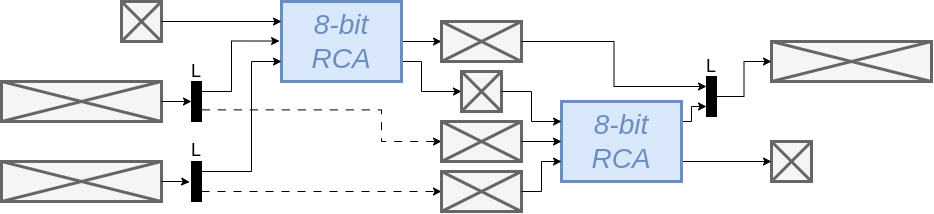
Earlier version of the draw.io export static/images/800/pipelined.png (KULeuven-Diepenbeek/course_disch). Source tidied: cells renumbered, new cells last; positions are measured from the earlier drawing's top-left corner, leaving out a move shared by most shapes. The source it was exported from:
```xml
<mxGraphModel>
  <root>
    <mxCell id="0" />
    <mxCell id="1" parent="0" />
    <mxCell id="2" style="group;" parent="1" vertex="1">
      <mxGeometry x="120" width="40" height="40" as="geometry" />
    </mxCell>
    <mxCell id="3" style="rounded=0;whiteSpace=wrap;html=1;fillColor=#f5f5f5;fontColor=#333333;strokeColor=#666666;strokeWidth=3;" parent="2" vertex="1">
      <mxGeometry width="40" height="40" as="geometry" />
    </mxCell>
    <mxCell id="4" style="endArrow=none;html=1;rounded=0;fillColor=#f5f5f5;strokeColor=#666666;strokeWidth=3;exitX=0;exitY=1;exitDx=0;exitDy=0;entryX=1;entryY=0;entryDx=0;entryDy=0;" parent="2" edge="1" source="3" target="3">
      <mxGeometry relative="1" as="geometry" />
    </mxCell>
    <mxCell id="5" style="endArrow=none;html=1;rounded=0;fillColor=#f5f5f5;strokeColor=#666666;strokeWidth=3;exitX=0;exitY=0;exitDx=0;exitDy=0;entryX=1;entryY=1;entryDx=0;entryDy=0;" parent="2" edge="1" source="3" target="3">
      <mxGeometry relative="1" as="geometry" />
    </mxCell>
    <mxCell id="6" style="group;" parent="1" vertex="1">
      <mxGeometry x="770" y="140" width="40" height="40" as="geometry" />
    </mxCell>
    <mxCell id="7" style="rounded=0;whiteSpace=wrap;html=1;fillColor=#f5f5f5;fontColor=#333333;strokeColor=#666666;strokeWidth=3;" parent="6" vertex="1">
      <mxGeometry width="40" height="40" as="geometry" />
    </mxCell>
    <mxCell id="8" style="endArrow=none;html=1;rounded=0;fillColor=#f5f5f5;strokeColor=#666666;strokeWidth=3;exitX=0;exitY=1;exitDx=0;exitDy=0;entryX=1;entryY=0;entryDx=0;entryDy=0;" parent="6" edge="1" source="7" target="7">
      <mxGeometry relative="1" as="geometry" />
    </mxCell>
    <mxCell id="9" style="endArrow=none;html=1;rounded=0;fillColor=#f5f5f5;strokeColor=#666666;strokeWidth=3;exitX=0;exitY=0;exitDx=0;exitDy=0;entryX=1;entryY=1;entryDx=0;entryDy=0;" parent="6" edge="1" source="7" target="7">
      <mxGeometry relative="1" as="geometry" />
    </mxCell>
    <mxCell id="10" style="group;" parent="1" vertex="1">
      <mxGeometry y="80" width="160" height="40" as="geometry" />
    </mxCell>
    <mxCell id="11" style="rounded=0;whiteSpace=wrap;html=1;fillColor=#f5f5f5;fontColor=#333333;strokeColor=#666666;strokeWidth=3;" parent="10" vertex="1">
      <mxGeometry width="160" height="40" as="geometry" />
    </mxCell>
    <mxCell id="12" style="endArrow=none;html=1;rounded=0;fillColor=#f5f5f5;strokeColor=#666666;strokeWidth=3;exitX=0;exitY=1;exitDx=0;exitDy=0;entryX=1;entryY=0;entryDx=0;entryDy=0;" parent="10" edge="1" source="11" target="11">
      <mxGeometry relative="1" as="geometry" />
    </mxCell>
    <mxCell id="13" style="endArrow=none;html=1;rounded=0;fillColor=#f5f5f5;strokeColor=#666666;strokeWidth=3;exitX=0;exitY=0;exitDx=0;exitDy=0;entryX=1;entryY=1;entryDx=0;entryDy=0;" parent="10" edge="1" source="11" target="11">
      <mxGeometry relative="1" as="geometry" />
    </mxCell>
    <mxCell id="14" style="group;" parent="1" vertex="1">
      <mxGeometry y="160" width="160" height="40" as="geometry" />
    </mxCell>
    <mxCell id="15" style="rounded=0;whiteSpace=wrap;html=1;fillColor=#f5f5f5;fontColor=#333333;strokeColor=#666666;strokeWidth=3;" parent="14" vertex="1">
      <mxGeometry width="160" height="40" as="geometry" />
    </mxCell>
    <mxCell id="16" style="endArrow=none;html=1;rounded=0;fillColor=#f5f5f5;strokeColor=#666666;strokeWidth=3;exitX=0;exitY=1;exitDx=0;exitDy=0;entryX=1;entryY=0;entryDx=0;entryDy=0;" parent="14" edge="1" source="15" target="15">
      <mxGeometry relative="1" as="geometry" />
    </mxCell>
    <mxCell id="17" style="endArrow=none;html=1;rounded=0;fillColor=#f5f5f5;strokeColor=#666666;strokeWidth=3;exitX=0;exitY=0;exitDx=0;exitDy=0;entryX=1;entryY=1;entryDx=0;entryDy=0;" parent="14" edge="1" source="15" target="15">
      <mxGeometry relative="1" as="geometry" />
    </mxCell>
    <mxCell id="18" style="group;" parent="1" vertex="1">
      <mxGeometry x="770" y="40" width="160" height="40" as="geometry" />
    </mxCell>
    <mxCell id="19" style="rounded=0;whiteSpace=wrap;html=1;fillColor=#f5f5f5;fontColor=#333333;strokeColor=#666666;strokeWidth=3;" parent="18" vertex="1">
      <mxGeometry width="160" height="40" as="geometry" />
    </mxCell>
    <mxCell id="20" style="endArrow=none;html=1;rounded=0;fillColor=#f5f5f5;strokeColor=#666666;strokeWidth=3;exitX=0;exitY=1;exitDx=0;exitDy=0;entryX=1;entryY=0;entryDx=0;entryDy=0;" parent="18" edge="1" source="19" target="19">
      <mxGeometry relative="1" as="geometry" />
    </mxCell>
    <mxCell id="21" style="endArrow=none;html=1;rounded=0;fillColor=#f5f5f5;strokeColor=#666666;strokeWidth=3;exitX=0;exitY=0;exitDx=0;exitDy=0;entryX=1;entryY=1;entryDx=0;entryDy=0;" parent="18" edge="1" source="19" target="19">
      <mxGeometry relative="1" as="geometry" />
    </mxCell>
    <mxCell id="22" style="edgeStyle=orthogonalEdgeStyle;rounded=0;jettySize=auto;html=1;entryX=0;entryY=0.5;entryDx=0;entryDy=0;exitX=1;exitY=0.75;exitDx=0;exitDy=0;" parent="1" edge="1" source="24" target="43">
      <mxGeometry relative="1" as="geometry">
        <Array as="points">
          <mxPoint x="420" y="60" />
          <mxPoint x="420" y="90" />
        </Array>
      </mxGeometry>
    </mxCell>
    <mxCell id="23" style="edgeStyle=orthogonalEdgeStyle;rounded=0;jettySize=auto;html=1;entryX=0;entryY=0.5;entryDx=0;entryDy=0;" parent="1" edge="1" source="24" target="55">
      <mxGeometry relative="1" as="geometry" />
    </mxCell>
    <mxCell id="24" value="&lt;div style=&quot;font-size: 28px;&quot;&gt;&lt;font color=&quot;#6c8ebf&quot; style=&quot;font-size: 28px;&quot;&gt;8-bit&lt;/font&gt;&lt;/div&gt;&lt;div style=&quot;font-size: 28px;&quot;&gt;&lt;font style=&quot;font-size: 28px;&quot;&gt;&lt;font color=&quot;#6c8ebf&quot; style=&quot;font-size: 28px;&quot;&gt;RCA&lt;/font&gt;&lt;/font&gt;&lt;font style=&quot;font-size: 28px;&quot; color=&quot;#82b366&quot;&gt;&lt;br&gt;&lt;/font&gt;&lt;/div&gt;" style="rounded=0;whiteSpace=wrap;html=1;fillColor=#dae8fc;strokeColor=#6c8ebf;strokeWidth=3;fontStyle=2;" parent="1" vertex="1">
      <mxGeometry x="280" width="120" height="80" as="geometry" />
    </mxCell>
    <mxCell id="25" style="edgeStyle=orthogonalEdgeStyle;rounded=0;jettySize=auto;html=1;entryX=0;entryY=0.5;entryDx=0;entryDy=0;exitX=1;exitY=0.75;exitDx=0;exitDy=0;" parent="1" edge="1" source="27" target="7">
      <mxGeometry relative="1" as="geometry" />
    </mxCell>
    <mxCell id="26" style="edgeStyle=orthogonalEdgeStyle;rounded=0;jettySize=auto;html=1;entryX=0;entryY=0.75;entryDx=0;entryDy=0;exitX=1;exitY=0.25;exitDx=0;exitDy=0;" parent="1" edge="1" source="27" target="40">
      <mxGeometry relative="1" as="geometry">
        <Array as="points">
          <mxPoint x="690" y="120" />
          <mxPoint x="690" y="105" />
        </Array>
      </mxGeometry>
    </mxCell>
    <mxCell id="27" value="&lt;div style=&quot;font-size: 28px;&quot;&gt;&lt;font color=&quot;#6c8ebf&quot; style=&quot;font-size: 28px;&quot;&gt;8-bit&lt;/font&gt;&lt;/div&gt;&lt;div style=&quot;font-size: 28px;&quot;&gt;&lt;font style=&quot;font-size: 28px;&quot;&gt;&lt;font color=&quot;#6c8ebf&quot; style=&quot;font-size: 28px;&quot;&gt;RCA&lt;/font&gt;&lt;/font&gt;&lt;font style=&quot;font-size: 28px;&quot; color=&quot;#82b366&quot;&gt;&lt;br&gt;&lt;/font&gt;&lt;/div&gt;" style="rounded=0;whiteSpace=wrap;html=1;fillColor=#dae8fc;strokeColor=#6c8ebf;strokeWidth=3;fontStyle=2;" parent="1" vertex="1">
      <mxGeometry x="560" y="100" width="120" height="80" as="geometry" />
    </mxCell>
    <mxCell id="28" style="edgeStyle=orthogonalEdgeStyle;rounded=0;jettySize=auto;html=1;entryX=0;entryY=0.75;entryDx=0;entryDy=0;exitX=1;exitY=0.25;exitDx=0;exitDy=0;" parent="1" edge="1" source="29" target="24">
      <mxGeometry relative="1" as="geometry">
        <Array as="points">
          <mxPoint x="250" y="170" />
          <mxPoint x="250" y="60" />
        </Array>
      </mxGeometry>
    </mxCell>
    <mxCell id="29" style="rounded=0;whiteSpace=wrap;html=1;fillColor=#000000;" parent="1" vertex="1">
      <mxGeometry x="190" y="160" width="10" height="40" as="geometry" />
    </mxCell>
    <mxCell id="30" style="edgeStyle=orthogonalEdgeStyle;rounded=0;jettySize=auto;html=1;entryX=0;entryY=0.5;entryDx=0;entryDy=0;dashed=1;dashPattern=8 8;exitX=1.034;exitY=0.709;exitDx=0;exitDy=0;exitPerimeter=0;" parent="1" edge="1" source="31" target="47">
      <mxGeometry relative="1" as="geometry">
        <Array as="points">
          <mxPoint x="380" y="108" />
          <mxPoint x="380" y="140" />
        </Array>
      </mxGeometry>
    </mxCell>
    <mxCell id="31" style="rounded=0;whiteSpace=wrap;html=1;fillColor=#000000;" parent="1" vertex="1">
      <mxGeometry x="190" y="80" width="10" height="40" as="geometry" />
    </mxCell>
    <mxCell id="32" style="edgeStyle=orthogonalEdgeStyle;rounded=0;jettySize=auto;html=1;entryX=0;entryY=0.5;entryDx=0;entryDy=0;" parent="1" edge="1" source="11" target="31">
      <mxGeometry relative="1" as="geometry" />
    </mxCell>
    <mxCell id="33" style="edgeStyle=orthogonalEdgeStyle;rounded=0;jettySize=auto;html=1;entryX=-0.189;entryY=0.517;entryDx=0;entryDy=0;entryPerimeter=0;" parent="1" edge="1" source="15" target="29">
      <mxGeometry relative="1" as="geometry" />
    </mxCell>
    <mxCell id="34" style="edgeStyle=orthogonalEdgeStyle;rounded=0;jettySize=auto;html=1;entryX=-0.016;entryY=0.494;entryDx=0;entryDy=0;entryPerimeter=0;exitX=1;exitY=0.25;exitDx=0;exitDy=0;" parent="1" edge="1" source="31" target="24">
      <mxGeometry relative="1" as="geometry">
        <Array as="points">
          <mxPoint x="230" y="90" />
          <mxPoint x="230" y="40" />
        </Array>
      </mxGeometry>
    </mxCell>
    <mxCell id="35" style="edgeStyle=orthogonalEdgeStyle;rounded=0;jettySize=auto;html=1;entryX=0;entryY=0.25;entryDx=0;entryDy=0;" parent="1" edge="1" source="3" target="24">
      <mxGeometry relative="1" as="geometry" />
    </mxCell>
    <mxCell id="36" style="edgeStyle=orthogonalEdgeStyle;rounded=0;jettySize=auto;html=1;entryX=0;entryY=0.5;entryDx=0;entryDy=0;dashed=1;dashPattern=8 8;exitX=1;exitY=0.75;exitDx=0;exitDy=0;" parent="1" edge="1" source="29" target="51">
      <mxGeometry relative="1" as="geometry" />
    </mxCell>
    <mxCell id="37" value="&lt;font style=&quot;font-size: 18px;&quot;&gt;L&lt;/font&gt;" style="text;html=1;align=center;verticalAlign=middle;whiteSpace=wrap;rounded=0;" parent="1" vertex="1">
      <mxGeometry x="185" y="55" width="20" height="30" as="geometry" />
    </mxCell>
    <mxCell id="38" value="&lt;font style=&quot;font-size: 18px;&quot;&gt;L&lt;/font&gt;" style="text;html=1;align=center;verticalAlign=middle;whiteSpace=wrap;rounded=0;" parent="1" vertex="1">
      <mxGeometry x="185" y="134" width="20" height="30" as="geometry" />
    </mxCell>
    <mxCell id="39" style="edgeStyle=orthogonalEdgeStyle;rounded=0;jettySize=auto;html=1;entryX=0;entryY=0.5;entryDx=0;entryDy=0;" parent="1" edge="1" source="40" target="19">
      <mxGeometry relative="1" as="geometry" />
    </mxCell>
    <mxCell id="40" style="rounded=0;whiteSpace=wrap;html=1;fillColor=#000000;" parent="1" vertex="1">
      <mxGeometry x="705" y="75" width="10" height="40" as="geometry" />
    </mxCell>
    <mxCell id="41" value="&lt;font style=&quot;font-size: 18px;&quot;&gt;L&lt;/font&gt;" style="text;html=1;align=center;verticalAlign=middle;whiteSpace=wrap;rounded=0;" parent="1" vertex="1">
      <mxGeometry x="700" y="50" width="20" height="30" as="geometry" />
    </mxCell>
    <mxCell id="42" style="group;" parent="1" vertex="1">
      <mxGeometry x="460" y="70" width="40" height="40" as="geometry" />
    </mxCell>
    <mxCell id="43" style="rounded=0;whiteSpace=wrap;html=1;fillColor=#f5f5f5;fontColor=#333333;strokeColor=#666666;strokeWidth=3;" parent="42" vertex="1">
      <mxGeometry width="40" height="40" as="geometry" />
    </mxCell>
    <mxCell id="44" style="endArrow=none;html=1;rounded=0;fillColor=#f5f5f5;strokeColor=#666666;strokeWidth=3;exitX=0;exitY=1;exitDx=0;exitDy=0;entryX=1;entryY=0;entryDx=0;entryDy=0;" parent="42" edge="1" source="43" target="43">
      <mxGeometry relative="1" as="geometry" />
    </mxCell>
    <mxCell id="45" style="endArrow=none;html=1;rounded=0;fillColor=#f5f5f5;strokeColor=#666666;strokeWidth=3;exitX=0;exitY=0;exitDx=0;exitDy=0;entryX=1;entryY=1;entryDx=0;entryDy=0;" parent="42" edge="1" source="43" target="43">
      <mxGeometry relative="1" as="geometry" />
    </mxCell>
    <mxCell id="46" style="group;" parent="1" vertex="1">
      <mxGeometry x="440" y="120" width="80" height="40" as="geometry" />
    </mxCell>
    <mxCell id="47" style="rounded=0;whiteSpace=wrap;html=1;fillColor=#f5f5f5;fontColor=#333333;strokeColor=#666666;strokeWidth=3;" parent="46" vertex="1">
      <mxGeometry width="80" height="40" as="geometry" />
    </mxCell>
    <mxCell id="48" style="endArrow=none;html=1;rounded=0;fillColor=#f5f5f5;strokeColor=#666666;strokeWidth=3;exitX=0;exitY=1;exitDx=0;exitDy=0;entryX=1;entryY=0;entryDx=0;entryDy=0;" parent="46" edge="1" source="47" target="47">
      <mxGeometry relative="1" as="geometry" />
    </mxCell>
    <mxCell id="49" style="endArrow=none;html=1;rounded=0;fillColor=#f5f5f5;strokeColor=#666666;strokeWidth=3;exitX=0;exitY=0;exitDx=0;exitDy=0;entryX=1;entryY=1;entryDx=0;entryDy=0;" parent="46" edge="1" source="47" target="47">
      <mxGeometry relative="1" as="geometry" />
    </mxCell>
    <mxCell id="50" style="group;" parent="1" vertex="1">
      <mxGeometry x="440" y="170" width="80" height="40" as="geometry" />
    </mxCell>
    <mxCell id="51" style="rounded=0;whiteSpace=wrap;html=1;fillColor=#f5f5f5;fontColor=#333333;strokeColor=#666666;strokeWidth=3;" parent="50" vertex="1">
      <mxGeometry width="80" height="40" as="geometry" />
    </mxCell>
    <mxCell id="52" style="endArrow=none;html=1;rounded=0;fillColor=#f5f5f5;strokeColor=#666666;strokeWidth=3;exitX=0;exitY=1;exitDx=0;exitDy=0;entryX=1;entryY=0;entryDx=0;entryDy=0;" parent="50" edge="1" source="51" target="51">
      <mxGeometry relative="1" as="geometry" />
    </mxCell>
    <mxCell id="53" style="endArrow=none;html=1;rounded=0;fillColor=#f5f5f5;strokeColor=#666666;strokeWidth=3;exitX=0;exitY=0;exitDx=0;exitDy=0;entryX=1;entryY=1;entryDx=0;entryDy=0;" parent="50" edge="1" source="51" target="51">
      <mxGeometry relative="1" as="geometry" />
    </mxCell>
    <mxCell id="54" style="group;" parent="1" vertex="1">
      <mxGeometry x="440" y="20" width="80" height="40" as="geometry" />
    </mxCell>
    <mxCell id="55" style="rounded=0;whiteSpace=wrap;html=1;fillColor=#f5f5f5;fontColor=#333333;strokeColor=#666666;strokeWidth=3;" parent="54" vertex="1">
      <mxGeometry width="80" height="40" as="geometry" />
    </mxCell>
    <mxCell id="56" style="endArrow=none;html=1;rounded=0;fillColor=#f5f5f5;strokeColor=#666666;strokeWidth=3;exitX=0;exitY=1;exitDx=0;exitDy=0;entryX=1;entryY=0;entryDx=0;entryDy=0;" parent="54" edge="1" source="55" target="55">
      <mxGeometry relative="1" as="geometry" />
    </mxCell>
    <mxCell id="57" style="endArrow=none;html=1;rounded=0;fillColor=#f5f5f5;strokeColor=#666666;strokeWidth=3;exitX=0;exitY=0;exitDx=0;exitDy=0;entryX=1;entryY=1;entryDx=0;entryDy=0;" parent="54" edge="1" source="55" target="55">
      <mxGeometry relative="1" as="geometry" />
    </mxCell>
    <mxCell id="58" style="edgeStyle=orthogonalEdgeStyle;rounded=0;jettySize=auto;html=1;entryX=0;entryY=0.25;entryDx=0;entryDy=0;" parent="1" edge="1" source="55" target="40">
      <mxGeometry relative="1" as="geometry" />
    </mxCell>
    <mxCell id="59" style="edgeStyle=orthogonalEdgeStyle;rounded=0;jettySize=auto;html=1;entryX=0;entryY=0.25;entryDx=0;entryDy=0;" parent="1" edge="1" source="43" target="27">
      <mxGeometry relative="1" as="geometry" />
    </mxCell>
    <mxCell id="60" style="edgeStyle=orthogonalEdgeStyle;rounded=0;jettySize=auto;html=1;entryX=0;entryY=0.5;entryDx=0;entryDy=0;" parent="1" edge="1" source="47" target="27">
      <mxGeometry relative="1" as="geometry" />
    </mxCell>
    <mxCell id="61" style="edgeStyle=orthogonalEdgeStyle;rounded=0;jettySize=auto;html=1;entryX=0;entryY=0.75;entryDx=0;entryDy=0;" parent="1" edge="1" source="51" target="27">
      <mxGeometry relative="1" as="geometry" />
    </mxCell>
  </root>
</mxGraphModel>
```
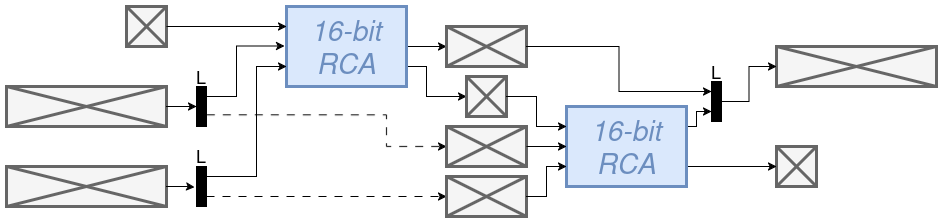
After the commit.

The edit, as a diff of the source:
```diff
@@ -73,7 +73,7 @@
     <mxCell id="23" style="edgeStyle=orthogonalEdgeStyle;rounded=0;jettySize=auto;html=1;entryX=0;entryY=0.5;entryDx=0;entryDy=0;" parent="1" edge="1" source="24" target="55">
       <mxGeometry relative="1" as="geometry" />
     </mxCell>
-    <mxCell id="24" value="&lt;div style=&quot;font-size: 28px;&quot;&gt;&lt;font color=&quot;#6c8ebf&quot; style=&quot;font-size: 28px;&quot;&gt;8-bit&lt;/font&gt;&lt;/div&gt;&lt;div style=&quot;font-size: 28px;&quot;&gt;&lt;font style=&quot;font-size: 28px;&quot;&gt;&lt;font color=&quot;#6c8ebf&quot; style=&quot;font-size: 28px;&quot;&gt;RCA&lt;/font&gt;&lt;/font&gt;&lt;font style=&quot;font-size: 28px;&quot; color=&quot;#82b366&quot;&gt;&lt;br&gt;&lt;/font&gt;&lt;/div&gt;" style="rounded=0;whiteSpace=wrap;html=1;fillColor=#dae8fc;strokeColor=#6c8ebf;strokeWidth=3;fontStyle=2;" parent="1" vertex="1">
+    <mxCell id="24" value="&lt;div style=&quot;font-size: 28px;&quot;&gt;&lt;font color=&quot;#6c8ebf&quot; style=&quot;font-size: 28px;&quot;&gt;16-bit&lt;/font&gt;&lt;/div&gt;&lt;div style=&quot;font-size: 28px;&quot;&gt;&lt;font style=&quot;font-size: 28px;&quot;&gt;&lt;font color=&quot;#6c8ebf&quot; style=&quot;font-size: 28px;&quot;&gt;RCA&lt;/font&gt;&lt;/font&gt;&lt;font style=&quot;font-size: 28px;&quot; color=&quot;#82b366&quot;&gt;&lt;br&gt;&lt;/font&gt;&lt;/div&gt;" style="rounded=0;whiteSpace=wrap;html=1;fillColor=#dae8fc;strokeColor=#6c8ebf;strokeWidth=3;fontStyle=2;" parent="1" vertex="1">
       <mxGeometry x="280" width="120" height="80" as="geometry" />
     </mxCell>
     <mxCell id="25" style="edgeStyle=orthogonalEdgeStyle;rounded=0;jettySize=auto;html=1;entryX=0;entryY=0.5;entryDx=0;entryDy=0;exitX=1;exitY=0.75;exitDx=0;exitDy=0;" parent="1" edge="1" source="27" target="7">
@@ -87,7 +87,7 @@
         </Array>
       </mxGeometry>
     </mxCell>
-    <mxCell id="27" value="&lt;div style=&quot;font-size: 28px;&quot;&gt;&lt;font color=&quot;#6c8ebf&quot; style=&quot;font-size: 28px;&quot;&gt;8-bit&lt;/font&gt;&lt;/div&gt;&lt;div style=&quot;font-size: 28px;&quot;&gt;&lt;font style=&quot;font-size: 28px;&quot;&gt;&lt;font color=&quot;#6c8ebf&quot; style=&quot;font-size: 28px;&quot;&gt;RCA&lt;/font&gt;&lt;/font&gt;&lt;font style=&quot;font-size: 28px;&quot; color=&quot;#82b366&quot;&gt;&lt;br&gt;&lt;/font&gt;&lt;/div&gt;" style="rounded=0;whiteSpace=wrap;html=1;fillColor=#dae8fc;strokeColor=#6c8ebf;strokeWidth=3;fontStyle=2;" parent="1" vertex="1">
+    <mxCell id="27" value="&lt;div style=&quot;font-size: 28px;&quot;&gt;&lt;font color=&quot;#6c8ebf&quot; style=&quot;font-size: 28px;&quot;&gt;16-bit&lt;/font&gt;&lt;/div&gt;&lt;div style=&quot;font-size: 28px;&quot;&gt;&lt;font style=&quot;font-size: 28px;&quot;&gt;&lt;font color=&quot;#6c8ebf&quot; style=&quot;font-size: 28px;&quot;&gt;RCA&lt;/font&gt;&lt;/font&gt;&lt;font style=&quot;font-size: 28px;&quot; color=&quot;#82b366&quot;&gt;&lt;br&gt;&lt;/font&gt;&lt;/div&gt;" style="rounded=0;whiteSpace=wrap;html=1;fillColor=#dae8fc;strokeColor=#6c8ebf;strokeWidth=3;fontStyle=2;" parent="1" vertex="1">
       <mxGeometry x="560" y="100" width="120" height="80" as="geometry" />
     </mxCell>
     <mxCell id="28" style="edgeStyle=orthogonalEdgeStyle;rounded=0;jettySize=auto;html=1;entryX=0;entryY=0.75;entryDx=0;entryDy=0;exitX=1;exitY=0.25;exitDx=0;exitDy=0;" parent="1" edge="1" source="29" target="24">
```
